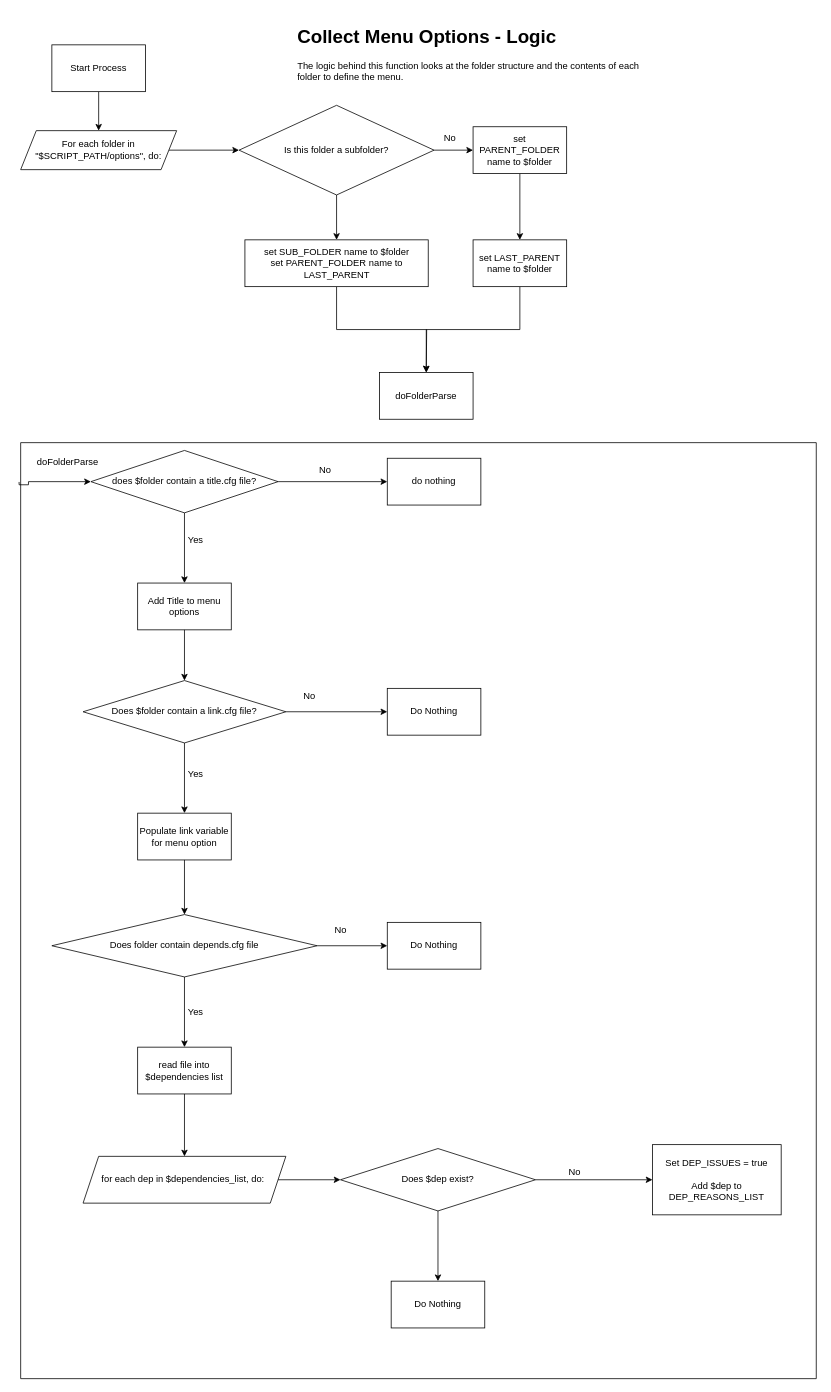
electrikjesus/easy-menu-system keeps this draw.io diagram as page "Menu Options Logic" (2 of 2) of documentation/logic/easy-menu-system-logic.drawio. Above is the earlier version. Source tidied: cells renumbered, new cells numbered last; positions are measured from the earlier drawing's top-left corner, leaving out a move shared by most shapes. Both pictures are drawn from the tidied source at 78%, with x=0, y=0 at pixel (19, 21).
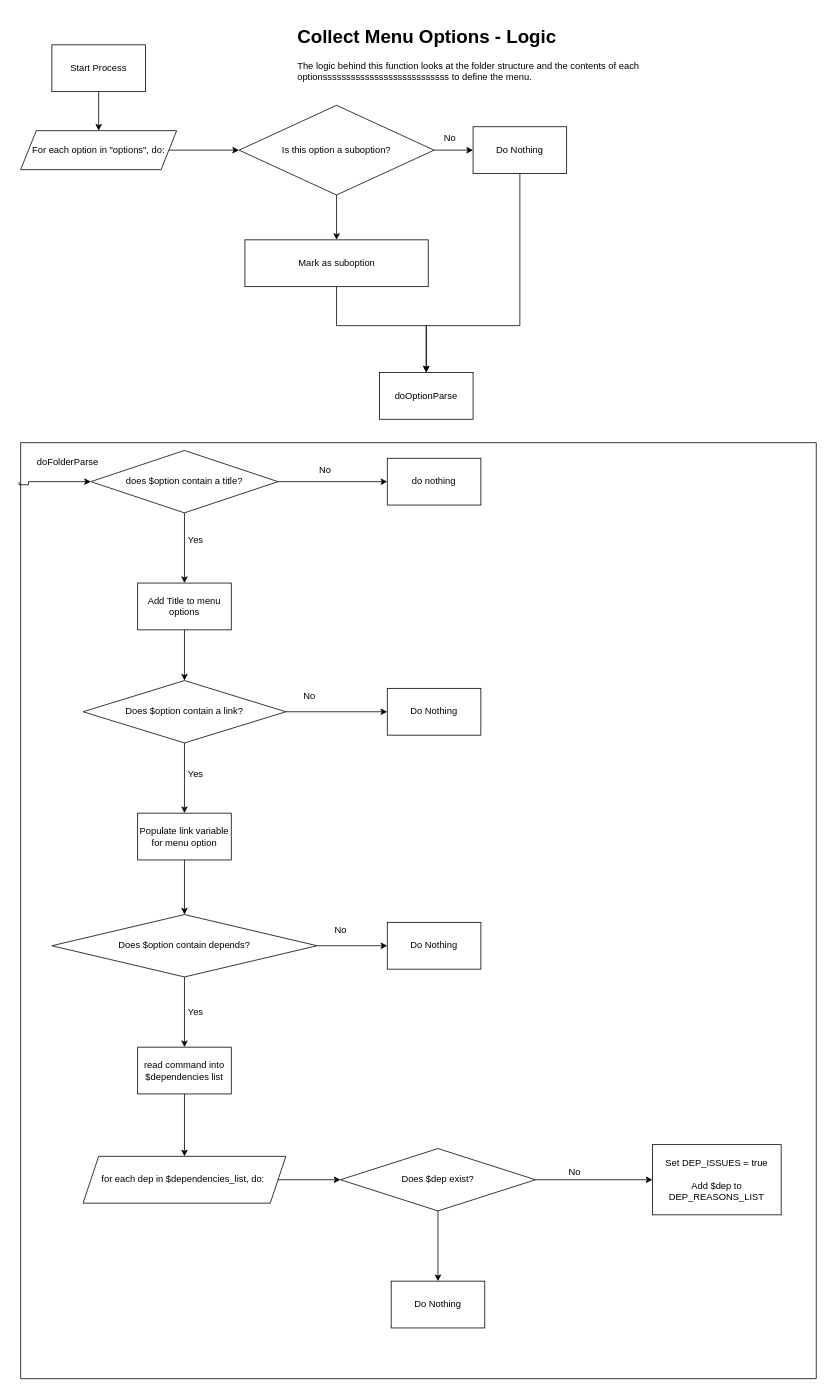
Above is the later version.

The change refers to these unchanged cells:
```xml
<mxCell id="7" style="swimlane;startSize=0;" parent="1" vertex="1">
  <mxGeometry x="2" y="540" width="1020" height="1200" as="geometry" />
</mxCell>
```

What changed in the source:
```diff
@@
-    <mxCell id="2" value="&lt;h1&gt;Collect Menu Options - Logic&lt;br&gt;&lt;/h1&gt;&lt;p&gt;The logic behind this function looks at the folder structure and the contents of each folder to define the menu.&amp;nbsp;&lt;/p&gt;" style="text;html=1;strokeColor=none;fillColor=none;spacing=5;spacingTop=-20;whiteSpace=wrap;overflow=hidden;rounded=0;" parent="1" vertex="1">
+    <mxCell id="2" value="&lt;h1&gt;Collect Menu Options - Logic&lt;br&gt;&lt;/h1&gt;&lt;p&gt;The logic behind this function looks at the folder structure and the contents of each optionsssssssssssssssssssssssssss to define the menu.&amp;nbsp;&lt;/p&gt;" style="text;html=1;strokeColor=none;fillColor=none;spacing=5;spacingTop=-20;whiteSpace=wrap;overflow=hidden;rounded=0;" parent="1" vertex="1">
       <mxGeometry x="352" width="450" height="120" as="geometry" />
     </mxCell>
@@
-    <mxCell id="6" value="For each folder in &quot;$SCRIPT_PATH/&lt;span style=&quot;background-color: initial;&quot;&gt;options&quot;, do:&lt;/span&gt;" style="shape=parallelogram;perimeter=parallelogramPerimeter;whiteSpace=wrap;html=1;fixedSize=1;rounded=0;" parent="1" vertex="1">
+    <mxCell id="6" value="For each option in &quot;&lt;span style=&quot;background-color: initial;&quot;&gt;options&quot;, do:&lt;/span&gt;" style="shape=parallelogram;perimeter=parallelogramPerimeter;whiteSpace=wrap;html=1;fixedSize=1;rounded=0;" parent="1" vertex="1">
       <mxGeometry x="2" y="140" width="200" height="50" as="geometry" />
     </mxCell>
@@
-    <mxCell id="8" value="does $folder contain a title.cfg file?" style="rhombus;whiteSpace=wrap;html=1;rounded=0;" parent="7" vertex="1">
+    <mxCell id="8" value="does $option contain a title?" style="rhombus;whiteSpace=wrap;html=1;rounded=0;" parent="7" vertex="1">
       <mxGeometry x="90" y="10" width="240" height="80" as="geometry" />
     </mxCell>
@@
-    <mxCell id="15" value="Does $folder contain a link.cfg file?" style="rhombus;whiteSpace=wrap;html=1;rounded=0;" parent="7" vertex="1">
+    <mxCell id="15" value="Does $option contain a link?" style="rhombus;whiteSpace=wrap;html=1;rounded=0;" parent="7" vertex="1">
       <mxGeometry x="80" y="305" width="260" height="80" as="geometry" />
     </mxCell>
@@
-    <mxCell id="21" value="Does folder contain depends.cfg file" style="rhombus;whiteSpace=wrap;html=1;rounded=0;" parent="7" vertex="1">
+    <mxCell id="21" value="Does $option contain depends?" style="rhombus;whiteSpace=wrap;html=1;rounded=0;" parent="7" vertex="1">
       <mxGeometry x="40" y="605" width="340" height="80" as="geometry" />
     </mxCell>
@@
-    <mxCell id="25" value="read file into $dependencies list" style="whiteSpace=wrap;html=1;rounded=0;" parent="7" vertex="1">
+    <mxCell id="25" value="read command into $dependencies list" style="whiteSpace=wrap;html=1;rounded=0;" parent="7" vertex="1">
       <mxGeometry x="150" y="775" width="120" height="60" as="geometry" />
     </mxCell>
@@
-    <mxCell id="44" value="Is this folder a subfolder?" style="rhombus;whiteSpace=wrap;html=1;rounded=0;" parent="1" vertex="1">
+    <mxCell id="44" value="Is this option a suboption?" style="rhombus;whiteSpace=wrap;html=1;rounded=0;" parent="1" vertex="1">
       <mxGeometry x="282" y="107.5" width="250" height="115" as="geometry" />
     </mxCell>
-    <mxCell id="45" style="edgeStyle=orthogonalEdgeStyle;rounded=0;jettySize=auto;html=1;" parent="1" edge="1" source="46" target="51">
-      <mxGeometry relative="1" as="geometry" />
+    <mxCell id="45" style="edgeStyle=orthogonalEdgeStyle;rounded=0;jettySize=auto;html=1;entryX=0.5;entryY=0;entryDx=0;entryDy=0;" parent="1" edge="1" source="46" target="52">
+      <mxGeometry relative="1" as="geometry">
+        <Array as="points">
+          <mxPoint x="642" y="390" />
+          <mxPoint x="522" y="390" />
+        </Array>
+      </mxGeometry>
     </mxCell>
-    <mxCell id="46" value="set PARENT_FOLDER name to $folder" style="whiteSpace=wrap;html=1;rounded=0;" parent="1" vertex="1">
+    <mxCell id="46" value="Do Nothing" style="whiteSpace=wrap;html=1;rounded=0;" parent="1" vertex="1">
       <mxGeometry x="582" y="135" width="120" height="60" as="geometry" />
     </mxCell>
@@
     <mxCell id="48" style="edgeStyle=orthogonalEdgeStyle;rounded=0;jettySize=auto;html=1;exitX=0.5;exitY=1;exitDx=0;exitDy=0;" parent="1" edge="1" source="49">
       <mxGeometry relative="1" as="geometry">
         <mxPoint x="522" y="450" as="targetPoint" />
+        <Array as="points">
+          <mxPoint x="407" y="390" />
+          <mxPoint x="522" y="390" />
+        </Array>
       </mxGeometry>
     </mxCell>
-    <mxCell id="49" value="set SUB_FOLDER name to $folder&lt;br&gt;set PARENT_FOLDER name to LAST_PARENT" style="whiteSpace=wrap;html=1;rounded=0;" parent="1" vertex="1">
+    <mxCell id="49" value="Mark as suboption" style="whiteSpace=wrap;html=1;rounded=0;" parent="1" vertex="1">
       <mxGeometry x="289.5" y="280" width="235" height="60" as="geometry" />
     </mxCell>
-    <mxCell id="50" style="edgeStyle=orthogonalEdgeStyle;rounded=0;jettySize=auto;html=1;" parent="1" edge="1" source="51" target="52">
-      <mxGeometry relative="1" as="geometry" />
-    </mxCell>
-    <mxCell id="51" value="set LAST_PARENT name to $folder" style="whiteSpace=wrap;html=1;rounded=0;" parent="1" vertex="1">
-      <mxGeometry x="582" y="280" width="120" height="60" as="geometry" />
-    </mxCell>
-    <mxCell id="52" value="doFolderParse" style="whiteSpace=wrap;html=1;rounded=0;" parent="1" vertex="1">
+    <mxCell id="52" value="doOptionParse" style="whiteSpace=wrap;html=1;rounded=0;" parent="1" vertex="1">
       <mxGeometry x="462" y="450" width="120" height="60" as="geometry" />
     </mxCell>
```
